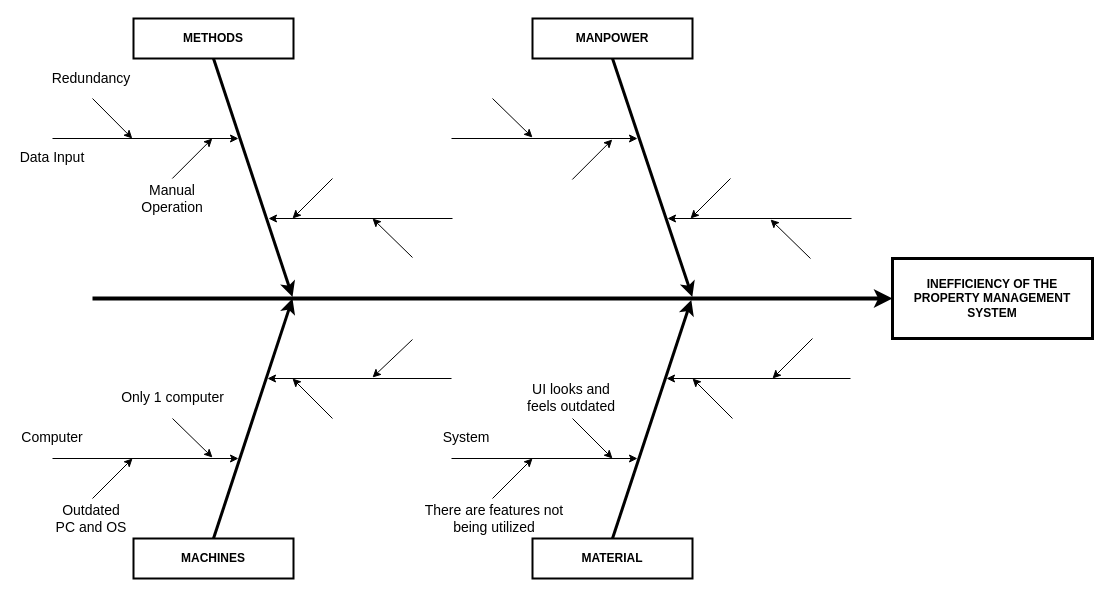
Before: Ishikawa2.drawio in doyaoencab/draw.io, a draw.io diagram. Source tidied: cells renumbered, new cells numbered last; positions are measured from the earlier drawing's top-left corner, leaving out a move shared by most shapes. Both pictures are drawn from the tidied source at 100%, with x=0, y=0 at pixel (17, 18).
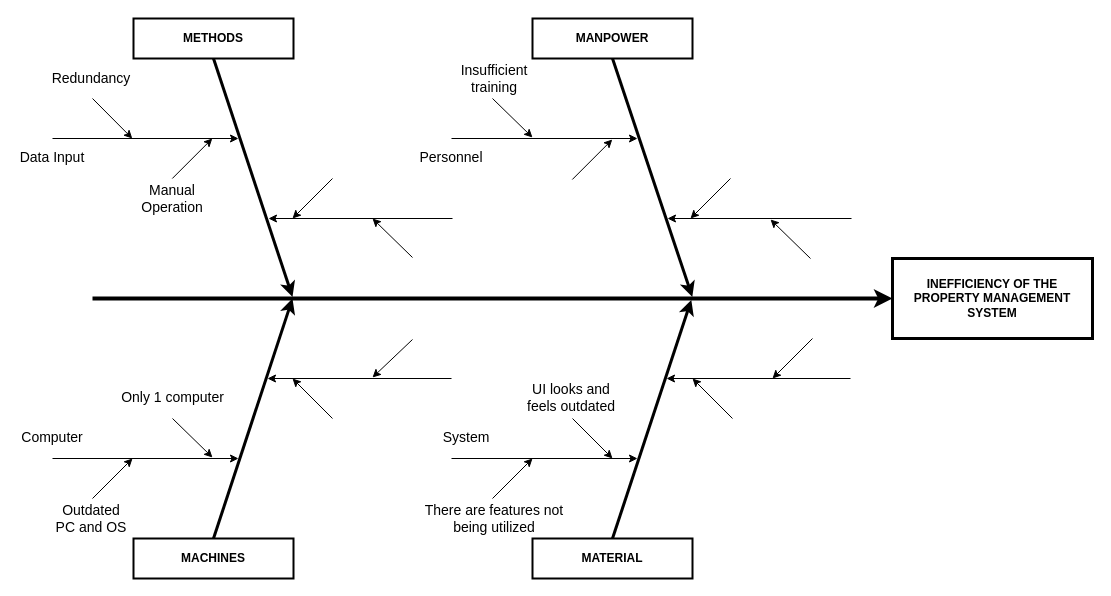
The same diagram, later.

The edit, as a diff of the source:
```diff
@@
+    <mxCell id="45" value="&lt;span style=&quot;font-size: 14px;&quot;&gt;Personnel&lt;/span&gt;" style="text;strokeColor=none;align=center;fillColor=none;html=1;verticalAlign=middle;whiteSpace=wrap;rounded=0;" parent="1" vertex="1">
+      <mxGeometry x="399" y="124" width="70" height="30" as="geometry" />
+    </mxCell>
+    <mxCell id="46" value="&lt;font style=&quot;font-size: 14px;&quot;&gt;Insufficient training&lt;/font&gt;" style="text;strokeColor=none;align=center;fillColor=none;html=1;verticalAlign=middle;whiteSpace=wrap;rounded=0;" parent="1" vertex="1">
+      <mxGeometry x="447" y="45" width="60" height="30" as="geometry" />
+    </mxCell>
```
